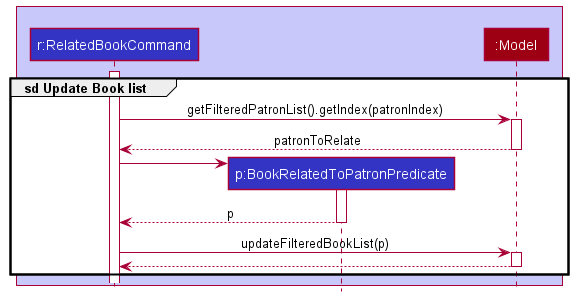
yuqitanyq/tp keeps this PlantUML diagram as docs/images/ReferenceFrameBookRelatedSequenceDiagram.png. Above is the earlier version.
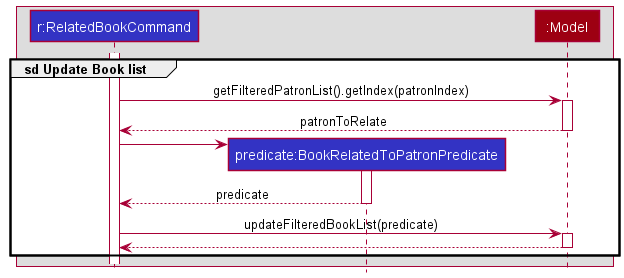
The same diagram one commit later.

Commit message:
Update background color of reference frame

What changed in the source:
```diff
@@ -3,9 +3,9 @@
 
 group sd Update Book list
 
-box  LOGIC_COLOR_T1
+box
 participant "r:RelatedBookCommand" as RelatedBookCommand LOGIC_COLOR
-participant "p:BookRelatedToPatronPredicate" as BookRelatedToPatronPredicate LOGIC_COLOR
+participant "predicate:BookRelatedToPatronPredicate" as BookRelatedToPatronPredicate LOGIC_COLOR
 participant ":Model" as Model MODEL_COLOR
 end box
 
@@ -20,10 +20,10 @@
 RelatedBookCommand -> BookRelatedToPatronPredicate :
 activate BookRelatedToPatronPredicate
 
-BookRelatedToPatronPredicate --> RelatedBookCommand : p
+BookRelatedToPatronPredicate --> RelatedBookCommand : predicate
 deactivate BookRelatedToPatronPredicate
 
-RelatedBookCommand -> Model : updateFilteredBookList(p)
+RelatedBookCommand -> Model : updateFilteredBookList(predicate)
 activate Model
 
 Model --> RelatedBookCommand
```
